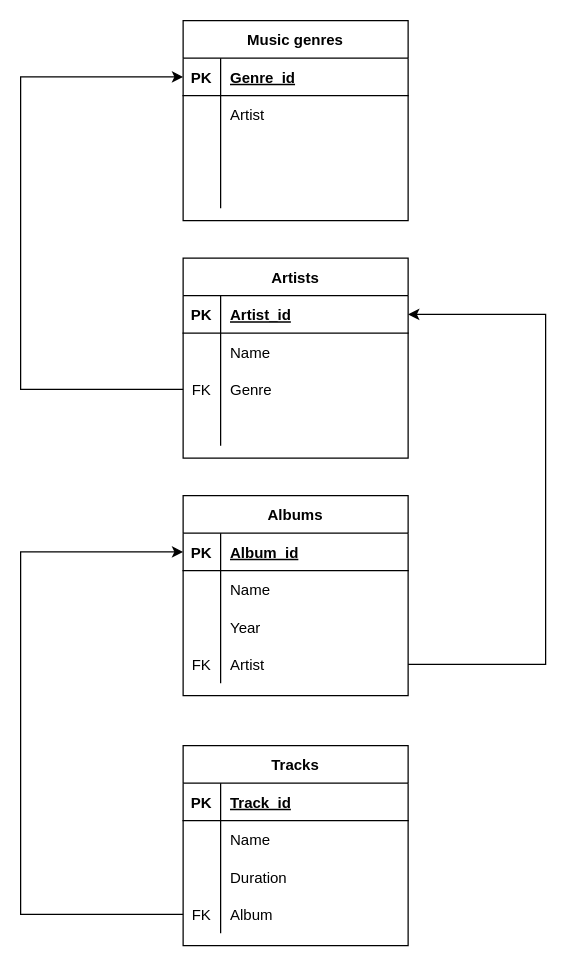
Earlier version of the draw.io diagram DB Scheme.drawio (jolshin/hw14). Source tidied: cells renumbered, new cells numbered last; positions are measured from the earlier drawing's top-left corner, leaving out a move shared by most shapes. Both pictures are drawn from the tidied source at 125%, with x=0, y=0 at pixel (20, 20).
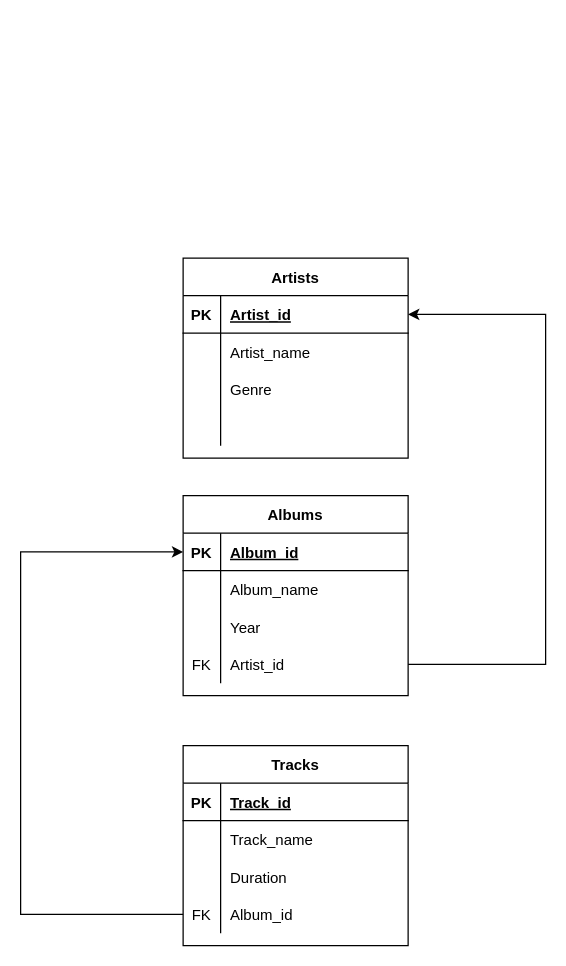
The same diagram, later.

The change refers to these unchanged cells:
```xml
<mxCell id="19" style="shape=tableRow;horizontal=0;startSize=0;swimlaneHead=0;swimlaneBody=0;fillColor=none;top=0;left=0;right=0;bottom=0;" parent="15" vertex="1">
  <mxGeometry y="60" width="180" height="30" as="geometry" />
</mxCell>
<mxCell id="22" style="shape=tableRow;horizontal=0;startSize=0;swimlaneHead=0;swimlaneBody=0;fillColor=none;points=[[0,0.5],[1,0.5]];portConstraint=eastwest;top=0;left=0;right=0;bottom=0;" parent="15" vertex="1">
  <mxGeometry y="90" width="180" height="30" as="geometry" />
</mxCell>
<mxCell id="32" style="shape=tableRow;horizontal=0;startSize=0;swimlaneHead=0;swimlaneBody=0;fillColor=none;top=0;left=0;right=0;bottom=0;" parent="28" vertex="1">
  <mxGeometry y="60" width="180" height="30" as="geometry" />
</mxCell>
<mxCell id="38" style="shape=tableRow;horizontal=0;startSize=0;swimlaneHead=0;swimlaneBody=0;fillColor=none;points=[[0,0.5],[1,0.5]];portConstraint=eastwest;top=0;left=0;right=0;bottom=0;" parent="28" vertex="1">
  <mxGeometry y="120" width="180" height="30" as="geometry" />
</mxCell>
<mxCell id="45" style="shape=tableRow;horizontal=0;startSize=0;swimlaneHead=0;swimlaneBody=0;fillColor=none;top=0;left=0;right=0;bottom=0;" parent="41" vertex="1">
  <mxGeometry y="60" width="180" height="30" as="geometry" />
</mxCell>
<mxCell id="51" style="shape=tableRow;horizontal=0;startSize=0;swimlaneHead=0;swimlaneBody=0;fillColor=none;points=[[0,0.5],[1,0.5]];portConstraint=eastwest;top=0;left=0;right=0;bottom=0;" parent="41" vertex="1">
  <mxGeometry y="120" width="180" height="30" as="geometry" />
</mxCell>
```

The edit, as a diff of the source:
```diff
@@
-    <mxCell id="2" value="Music genres" style="shape=table;startSize=30;childLayout=tableLayout;rowLines=0;fontStyle=1;align=center;" parent="1" vertex="1">
-      <mxGeometry x="130" width="180" height="160" as="geometry" />
-    </mxCell>
-    <mxCell id="3" style="shape=tableRow;horizontal=0;startSize=0;swimlaneHead=0;swimlaneBody=0;fillColor=none;points=[[0,0.5],[1,0.5]];portConstraint=eastwest;top=0;left=0;right=0;bottom=1;" parent="2" vertex="1">
-      <mxGeometry y="30" width="180" height="30" as="geometry" />
-    </mxCell>
-    <mxCell id="4" value="PK" style="shape=partialRectangle;fillColor=none;top=0;left=0;bottom=0;right=0;fontStyle=1;overflow=hidden;" parent="3" vertex="1">
-      <mxGeometry width="30" height="30" as="geometry" />
-    </mxCell>
-    <mxCell id="5" value="Genre_id" style="shape=partialRectangle;fillColor=none;top=0;left=0;bottom=0;right=0;align=left;spacingLeft=6;fontStyle=5;overflow=hidden;" parent="3" vertex="1">
-      <mxGeometry x="30" width="150" height="30" as="geometry" />
-    </mxCell>
-    <mxCell id="6" style="shape=tableRow;horizontal=0;startSize=0;swimlaneHead=0;swimlaneBody=0;fillColor=none;top=0;left=0;right=0;bottom=0;" parent="2" vertex="1">
-      <mxGeometry y="60" width="180" height="30" as="geometry" />
-    </mxCell>
-    <mxCell id="7" style="shape=partialRectangle;fillColor=none;top=0;left=0;bottom=0;right=0;overflow=hidden;" parent="6" vertex="1">
-      <mxGeometry width="30" height="30" as="geometry" />
-    </mxCell>
-    <mxCell id="8" value="Artist" style="shape=partialRectangle;fillColor=none;top=0;left=0;bottom=0;right=0;align=left;spacingLeft=6;overflow=hidden;" parent="6" vertex="1">
-      <mxGeometry x="30" width="150" height="30" as="geometry" />
-    </mxCell>
-    <mxCell id="9" style="shape=tableRow;horizontal=0;startSize=0;swimlaneHead=0;swimlaneBody=0;fillColor=none;top=0;left=0;right=0;bottom=0;" parent="2" vertex="1">
-      <mxGeometry y="90" width="180" height="30" as="geometry" />
-    </mxCell>
-    <mxCell id="10" style="shape=partialRectangle;fillColor=none;top=0;left=0;bottom=0;right=0;overflow=hidden;" parent="9" vertex="1">
-      <mxGeometry width="30" height="30" as="geometry" />
-    </mxCell>
-    <mxCell id="11" style="shape=partialRectangle;fillColor=none;top=0;left=0;bottom=0;right=0;align=left;spacingLeft=6;overflow=hidden;" parent="9" vertex="1">
-      <mxGeometry x="30" width="150" height="30" as="geometry" />
-    </mxCell>
-    <mxCell id="12" style="shape=tableRow;horizontal=0;startSize=0;swimlaneHead=0;swimlaneBody=0;fillColor=none;top=0;left=0;right=0;bottom=0;" parent="2" vertex="1">
-      <mxGeometry y="120" width="180" height="30" as="geometry" />
-    </mxCell>
-    <mxCell id="13" style="shape=partialRectangle;fillColor=none;top=0;left=0;bottom=0;right=0;overflow=hidden;" parent="12" vertex="1">
-      <mxGeometry width="30" height="30" as="geometry" />
-    </mxCell>
-    <mxCell id="14" style="shape=partialRectangle;fillColor=none;top=0;left=0;bottom=0;right=0;align=left;spacingLeft=6;overflow=hidden;" parent="12" vertex="1">
-      <mxGeometry x="30" width="150" height="30" as="geometry" />
-    </mxCell>
@@
-    <mxCell id="21" value="Name" style="shape=partialRectangle;fillColor=none;top=0;left=0;bottom=0;right=0;align=left;spacingLeft=6;overflow=hidden;" parent="19" vertex="1">
+    <mxCell id="21" value="Artist_name" style="shape=partialRectangle;fillColor=none;top=0;left=0;bottom=0;right=0;align=left;spacingLeft=6;overflow=hidden;" parent="19" vertex="1">
       <mxGeometry x="30" width="150" height="30" as="geometry" />
     </mxCell>
@@
-    <mxCell id="23" value="FK" style="shape=partialRectangle;fillColor=none;top=0;left=0;bottom=0;right=0;overflow=hidden;" parent="22" vertex="1">
+    <mxCell id="23" style="shape=partialRectangle;fillColor=none;top=0;left=0;bottom=0;right=0;overflow=hidden;" parent="22" vertex="1">
       <mxGeometry width="30" height="30" as="geometry" />
     </mxCell>
@@
-    <mxCell id="34" value="Name" style="shape=partialRectangle;fillColor=none;top=0;left=0;bottom=0;right=0;align=left;spacingLeft=6;overflow=hidden;" parent="32" vertex="1">
+    <mxCell id="34" value="Album_name" style="shape=partialRectangle;fillColor=none;top=0;left=0;bottom=0;right=0;align=left;spacingLeft=6;overflow=hidden;" parent="32" vertex="1">
       <mxGeometry x="30" width="150" height="30" as="geometry" />
     </mxCell>
@@
-    <mxCell id="40" value="Artist" style="shape=partialRectangle;fillColor=none;top=0;left=0;bottom=0;right=0;align=left;spacingLeft=6;overflow=hidden;" parent="38" vertex="1">
+    <mxCell id="40" value="Artist_id" style="shape=partialRectangle;fillColor=none;top=0;left=0;bottom=0;right=0;align=left;spacingLeft=6;overflow=hidden;" parent="38" vertex="1">
       <mxGeometry x="30" width="150" height="30" as="geometry" />
     </mxCell>
@@
-    <mxCell id="47" value="Name" style="shape=partialRectangle;fillColor=none;top=0;left=0;bottom=0;right=0;align=left;spacingLeft=6;overflow=hidden;" parent="45" vertex="1">
+    <mxCell id="47" value="Track_name" style="shape=partialRectangle;fillColor=none;top=0;left=0;bottom=0;right=0;align=left;spacingLeft=6;overflow=hidden;" parent="45" vertex="1">
       <mxGeometry x="30" width="150" height="30" as="geometry" />
     </mxCell>
@@
-    <mxCell id="53" value="Album" style="shape=partialRectangle;fillColor=none;top=0;left=0;bottom=0;right=0;align=left;spacingLeft=6;overflow=hidden;" parent="51" vertex="1">
+    <mxCell id="53" value="Album_id" style="shape=partialRectangle;fillColor=none;top=0;left=0;bottom=0;right=0;align=left;spacingLeft=6;overflow=hidden;" parent="51" vertex="1">
       <mxGeometry x="30" width="150" height="30" as="geometry" />
     </mxCell>
-    <mxCell id="54" style="edgeStyle=orthogonalEdgeStyle;rounded=0;jettySize=auto;html=1;entryX=0;entryY=0.5;entryDx=0;entryDy=0;" parent="1" edge="1" source="22" target="3">
-      <mxGeometry relative="1" as="geometry">
-        <Array as="points">
-          <mxPoint y="295" />
-          <mxPoint y="45" />
-        </Array>
-      </mxGeometry>
-    </mxCell>
```
